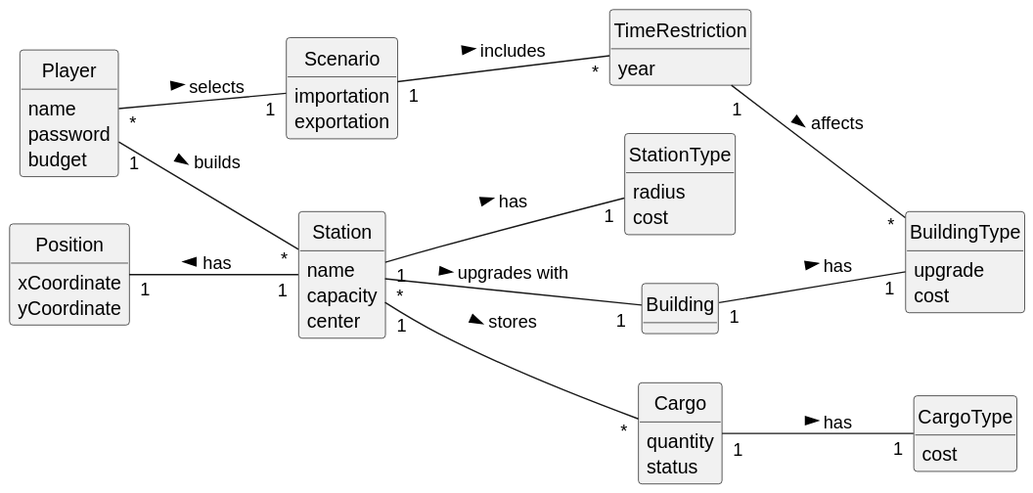
Earlier version of the PlantUML export Sprint2/US007/02.analysis/svg/US007-DM.svg (1240935/pi2-railway-simulator). Its diagram source:
```plantuml
@startuml
skinparam monochrome true
skinparam packageStyle rectangle
skinparam shadowing false
skinparam classAttributeIconSize 0
hide circle
hide methods

left to right direction

class Player {
    name
    password
    budget
}

class Station {
    name
    capacity
    center
}

class StationType{
    radius
    cost
}

class Building {
}

class BuildingType {
    upgrade
    cost
}

class Scenario {
    importation
    exportation
}

class Position{
    xCoordinate
    yCoordinate
}

class Cargo {
    quantity
    status
}

class CargoType{
    cost
}

class TimeRestriction{
    year
}

Player "1" -- "*" Station: builds >
Player "*" -- "1" Scenario : selects >
Station "*" -- "1 "Building:  upgrades with  >
Station "1" -- "1" StationType: has >
Building "1" -- "1" BuildingType : has >
Position "1" -- "1" Station: has <
Station "1" -- "*" Cargo : stores >
Cargo "1" -- "1" CargoType: has >
Scenario "1" -- "*" TimeRestriction: includes >
TimeRestriction "1" -- "*" BuildingType: affects >
@enduml
```
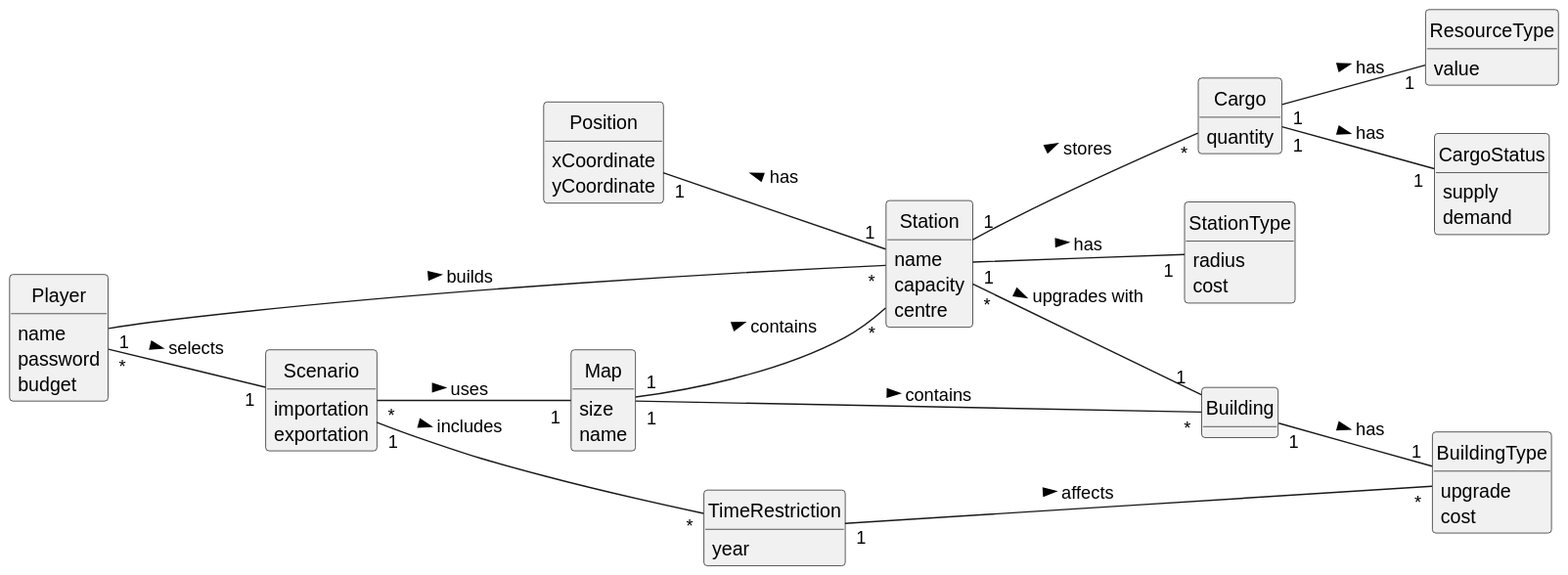
The same file after the commit.

What changed in the source:
```diff
@@ -14,10 +14,15 @@
     budget
 }
 
+class Map {
+    size
+    name
+}
+
 class Station {
     name
     capacity
-    center
+    centre
 }
 
 class StationType{
@@ -45,11 +50,15 @@
 
 class Cargo {
     quantity
-    status
 }
 
-class CargoType{
-    cost
+class CargoStatus{
+    supply
+    demand
+}
+
+class ResourceType{
+    value
 }
 
 class TimeRestriction{
@@ -58,12 +67,16 @@
 
 Player "1" -- "*" Station: builds >
 Player "*" -- "1" Scenario : selects >
+Map "1" -- "*" Station : contains >
+Map "1" -- "*" Building: contains >
+Scenario "*" -- "1" Map : uses >
 Station "*" -- "1 "Building:  upgrades with  >
 Station "1" -- "1" StationType: has >
 Building "1" -- "1" BuildingType : has >
 Position "1" -- "1" Station: has <
 Station "1" -- "*" Cargo : stores >
-Cargo "1" -- "1" CargoType: has >
+Cargo "1" -- "1" ResourceType: has >
+Cargo "1" -- "1" CargoStatus: has >
 Scenario "1" -- "*" TimeRestriction: includes >
 TimeRestriction "1" -- "*" BuildingType: affects >
 @enduml
```
